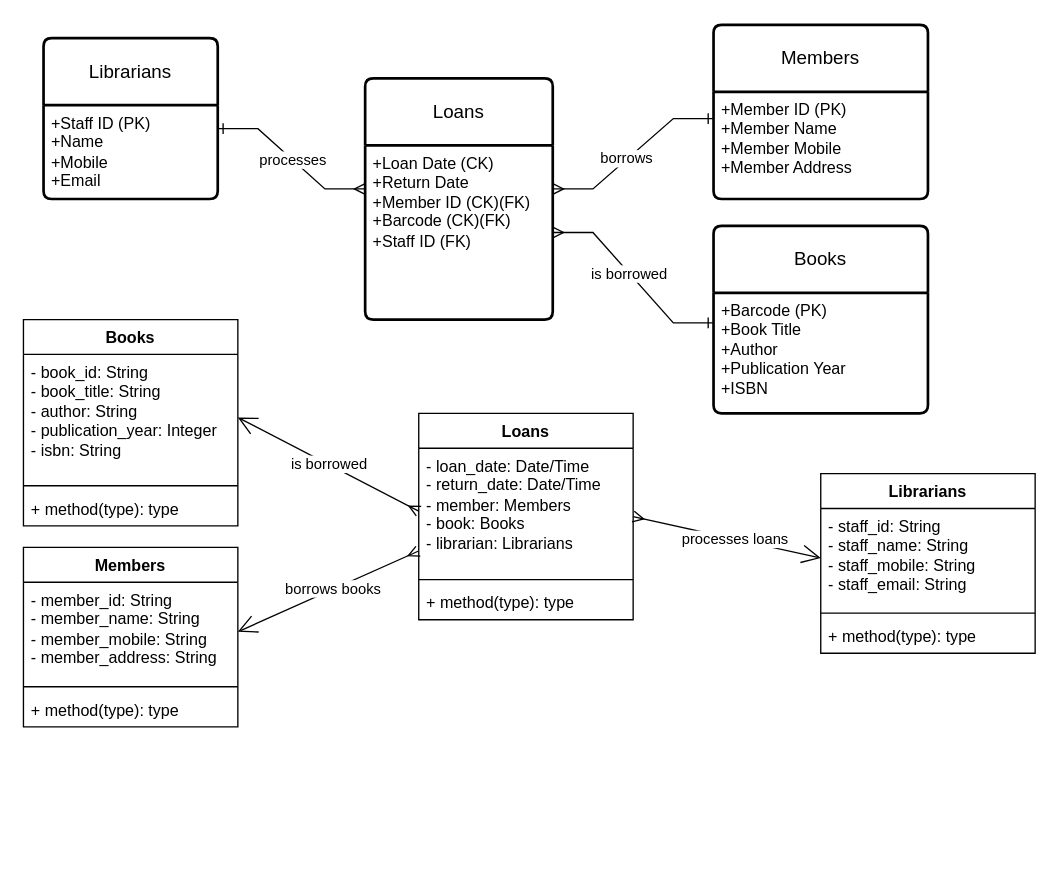
Above: Wednesday Library.drawio in jamesking020773/jamesking020773.github.io (draw.io), before the change. Source tidied: cells renumbered, new cells numbered last; positions are measured from the earlier drawing's top-left corner, leaving out a move shared by most shapes. Both pictures are drawn from the tidied source at 134%, with x=0, y=0 at pixel (23, 24).
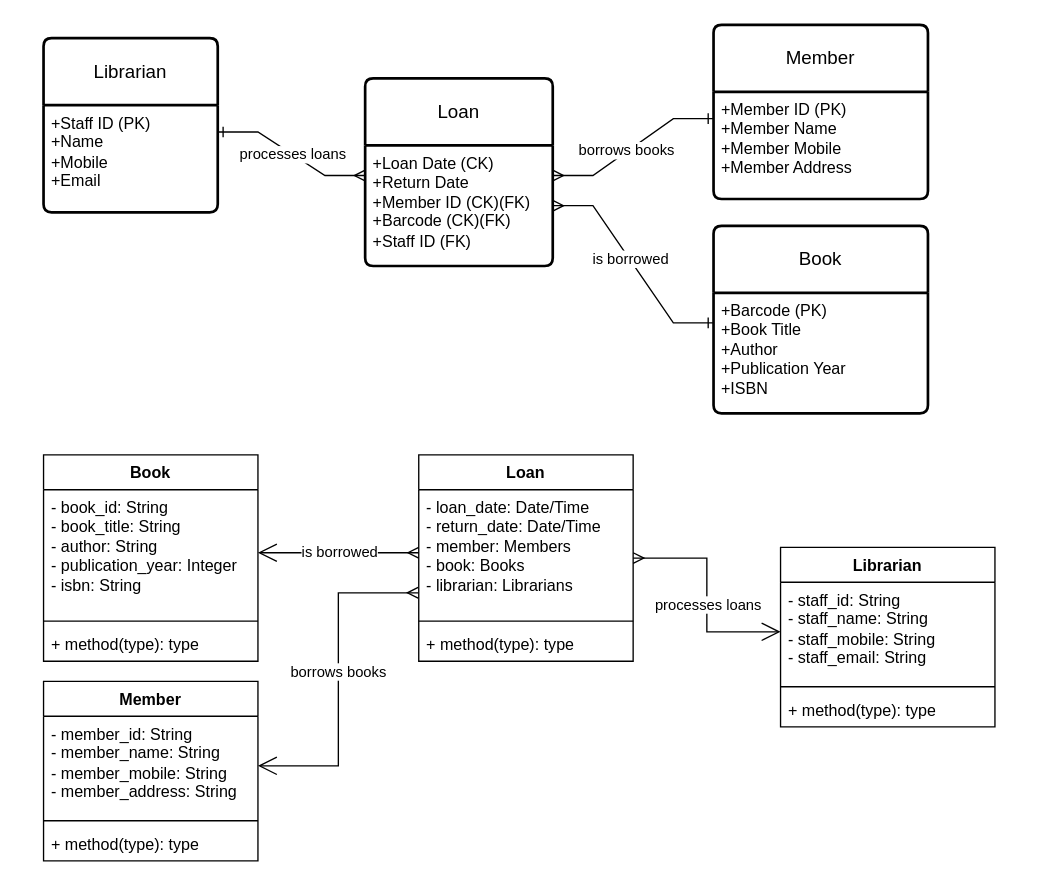
Above is the later version.

Unchanged cells that the change refers to:
```xml
<mxCell id="10" style="edgeStyle=entityRelationEdgeStyle;fontSize=12;html=1;endArrow=ERone;startArrow=ERmany;rounded=0;entryX=0;entryY=0.25;entryDx=0;entryDy=0;exitX=1;exitY=0.25;exitDx=0;exitDy=0;startFill=0;endFill=0;" parent="1" edge="1" source="7" target="5">
  <mxGeometry relative="1" as="geometry" />
</mxCell>
<mxCell id="14" style="edgeStyle=entityRelationEdgeStyle;fontSize=12;html=1;endArrow=ERmany;startArrow=ERone;rounded=0;exitX=1;exitY=0.25;exitDx=0;exitDy=0;entryX=0;entryY=0.25;entryDx=0;entryDy=0;startFill=0;endFill=0;" parent="1" edge="1" source="9" target="7">
  <mxGeometry relative="1" as="geometry" />
</mxCell>
<mxCell id="17" value="- member_id: String&lt;div&gt;- member_name: String&lt;/div&gt;&lt;div&gt;- member_mobile: String&lt;/div&gt;&lt;div&gt;- member_address: String&lt;/div&gt;" style="text;strokeColor=none;fillColor=none;align=left;verticalAlign=top;spacingLeft=4;spacingRight=4;overflow=hidden;points=[[0,0.5],[1,0.5]];portConstraint=eastwest;whiteSpace=wrap;html=1;" parent="16" vertex="1">
  <mxGeometry y="26" width="160" height="74" as="geometry" />
</mxCell>
<mxCell id="25" value="- loan_date: Date/Time&lt;div&gt;- return_date: Date/Time&lt;/div&gt;&lt;div&gt;- member: Members&lt;/div&gt;&lt;div&gt;- book: Books&lt;/div&gt;&lt;div&gt;- librarian: Librarians&lt;/div&gt;" style="text;strokeColor=none;fillColor=none;align=left;verticalAlign=top;spacingLeft=4;spacingRight=4;overflow=hidden;points=[[0,0.5],[1,0.5]];portConstraint=eastwest;whiteSpace=wrap;html=1;" parent="24" vertex="1">
  <mxGeometry y="26" width="160" height="94" as="geometry" />
</mxCell>
<mxCell id="29" value="- staff_id: String&lt;div&gt;- staff_name: String&lt;/div&gt;&lt;div&gt;- staff_mobile: String&lt;/div&gt;&lt;div&gt;- staff_email: String&lt;/div&gt;" style="text;strokeColor=none;fillColor=none;align=left;verticalAlign=top;spacingLeft=4;spacingRight=4;overflow=hidden;points=[[0,0.5],[1,0.5]];portConstraint=eastwest;whiteSpace=wrap;html=1;" parent="28" vertex="1">
  <mxGeometry y="26" width="160" height="74" as="geometry" />
</mxCell>
```

The edit, as a diff of the source:
```diff
@@
-    <mxCell id="2" value="Books" style="swimlane;horizontal=1;startSize=50;rounded=1;fontSize=14;fontStyle=0;strokeWidth=2;shadow=0;dashed=0;align=center;arcSize=4;whiteSpace=wrap;html=1;" parent="1" vertex="1">
+    <mxCell id="2" value="Book" style="swimlane;horizontal=1;startSize=50;rounded=1;fontSize=14;fontStyle=0;strokeWidth=2;shadow=0;dashed=0;align=center;arcSize=4;whiteSpace=wrap;html=1;" parent="1" vertex="1">
       <mxGeometry x="515" y="150" width="160" height="140" as="geometry" />
     </mxCell>
@@
-    <mxCell id="4" value="Members" style="swimlane;horizontal=1;startSize=50;rounded=1;fontSize=14;fontStyle=0;strokeWidth=2;shadow=0;dashed=0;align=center;arcSize=4;whiteSpace=wrap;html=1;" parent="1" vertex="1">
+    <mxCell id="4" value="Member" style="swimlane;horizontal=1;startSize=50;rounded=1;fontSize=14;fontStyle=0;strokeWidth=2;shadow=0;dashed=0;align=center;arcSize=4;whiteSpace=wrap;html=1;" parent="1" vertex="1">
       <mxGeometry x="515" width="160" height="130" as="geometry" />
     </mxCell>
@@
-    <mxCell id="6" value="Loans" style="swimlane;horizontal=1;startSize=50;rounded=1;fontSize=14;fontStyle=0;strokeWidth=2;shadow=0;dashed=0;align=center;arcSize=4;whiteSpace=wrap;html=1;" parent="1" vertex="1">
-      <mxGeometry x="255" y="40" width="140" height="180" as="geometry" />
+    <mxCell id="6" value="Loan" style="swimlane;horizontal=1;startSize=50;rounded=1;fontSize=14;fontStyle=0;strokeWidth=2;shadow=0;dashed=0;align=center;arcSize=4;whiteSpace=wrap;html=1;" parent="1" vertex="1">
+      <mxGeometry x="255" y="40" width="140" height="140" as="geometry" />
     </mxCell>
     <mxCell id="7" value="&lt;div&gt;+Loan Date (CK)&lt;br&gt;+Return Date&lt;br&gt;+Member ID (CK)(FK)&lt;div&gt;+Barcode (CK)(FK)&lt;br&gt;&lt;/div&gt;&lt;div&gt;+Staff ID (FK)&lt;br&gt;&lt;/div&gt;&lt;/div&gt;" style="align=left;strokeColor=none;fillColor=none;spacingLeft=4;fontSize=12;verticalAlign=top;html=1;" parent="6" vertex="1">
-      <mxGeometry y="50" width="140" height="130" as="geometry" />
+      <mxGeometry y="50" width="140" height="90" as="geometry" />
     </mxCell>
-    <mxCell id="8" value="Librarians" style="swimlane;horizontal=1;startSize=50;rounded=1;fontSize=14;fontStyle=0;strokeWidth=2;shadow=0;dashed=0;align=center;arcSize=4;whiteSpace=wrap;html=1;" parent="1" vertex="1">
-      <mxGeometry x="15" y="10" width="130" height="120" as="geometry" />
+    <mxCell id="8" value="Librarian" style="swimlane;horizontal=1;startSize=50;rounded=1;fontSize=14;fontStyle=0;strokeWidth=2;shadow=0;dashed=0;align=center;arcSize=4;whiteSpace=wrap;html=1;" parent="1" vertex="1">
+      <mxGeometry x="15" y="10" width="130" height="130" as="geometry" />
     </mxCell>
     <mxCell id="9" value="+Staff ID (PK)&lt;div&gt;+Name&lt;br&gt;+Mobile&lt;br&gt;+Email&lt;/div&gt;" style="align=left;strokeColor=none;fillColor=none;spacingLeft=4;fontSize=12;verticalAlign=top;html=1;" parent="8" vertex="1">
-      <mxGeometry y="50" width="130" height="70" as="geometry" />
+      <mxGeometry y="50" width="130" height="80" as="geometry" />
     </mxCell>
@@
-    <mxCell id="11" value="borrows" style="edgeLabel;html=1;align=center;verticalAlign=middle;" parent="10" vertex="1">
+    <mxCell id="11" value="borrows books" style="edgeLabel;html=1;align=center;verticalAlign=middle;" parent="10" vertex="1">
       <mxGeometry x="-0.09" y="1" relative="1" as="geometry" />
     </mxCell>
@@
-    <mxCell id="15" value="processes" style="edgeLabel;html=1;align=center;verticalAlign=middle;" parent="14" vertex="1">
+    <mxCell id="15" value="processes loans" style="edgeLabel;html=1;align=center;verticalAlign=middle;" parent="14" vertex="1">
       <mxGeometry x="0.01" relative="1" as="geometry" />
     </mxCell>
-    <mxCell id="16" value="Members" style="swimlane;fontStyle=1;align=center;verticalAlign=top;horizontal=1;startSize=26;whiteSpace=wrap;html=1;" parent="1" vertex="1">
-      <mxGeometry y="390" width="160" height="134" as="geometry" />
+    <mxCell id="16" value="Member" style="swimlane;fontStyle=1;align=center;verticalAlign=top;horizontal=1;startSize=26;whiteSpace=wrap;html=1;" parent="1" vertex="1">
+      <mxGeometry x="15" y="490" width="160" height="134" as="geometry" />
     </mxCell>
@@
-    <mxCell id="20" value="Books" style="swimlane;fontStyle=1;align=center;verticalAlign=top;horizontal=1;startSize=26;whiteSpace=wrap;html=1;" parent="1" vertex="1">
-      <mxGeometry y="220" width="160" height="154" as="geometry" />
+    <mxCell id="20" value="Book" style="swimlane;fontStyle=1;align=center;verticalAlign=top;horizontal=1;startSize=26;whiteSpace=wrap;html=1;" parent="1" vertex="1">
+      <mxGeometry x="15" y="321" width="160" height="154" as="geometry" />
     </mxCell>
@@
-    <mxCell id="24" value="Loans" style="swimlane;fontStyle=1;align=center;verticalAlign=top;horizontal=1;startSize=26;whiteSpace=wrap;html=1;" parent="1" vertex="1">
-      <mxGeometry x="295" y="290" width="160" height="154" as="geometry" />
+    <mxCell id="24" value="Loan" style="swimlane;fontStyle=1;align=center;verticalAlign=top;horizontal=1;startSize=26;whiteSpace=wrap;html=1;" parent="1" vertex="1">
+      <mxGeometry x="295" y="321" width="160" height="154" as="geometry" />
     </mxCell>
@@
-    <mxCell id="28" value="Librarians" style="swimlane;fontStyle=1;align=center;verticalAlign=top;horizontal=1;startSize=26;whiteSpace=wrap;html=1;" parent="1" vertex="1">
-      <mxGeometry x="595" y="335" width="160" height="134" as="geometry" />
+    <mxCell id="28" value="Librarian" style="swimlane;fontStyle=1;align=center;verticalAlign=top;horizontal=1;startSize=26;whiteSpace=wrap;html=1;" parent="1" vertex="1">
+      <mxGeometry x="565" y="390" width="160" height="134" as="geometry" />
     </mxCell>
@@
-    <mxCell id="32" style="endArrow=open;endFill=1;endSize=12;html=1;rounded=0;entryX=1;entryY=0.5;entryDx=0;entryDy=0;exitX=-0.003;exitY=0.818;exitDx=0;exitDy=0;exitPerimeter=0;startArrow=ERmany;startFill=0;" parent="1" edge="1" source="25" target="17">
+    <mxCell id="32" style="endArrow=open;endFill=1;endSize=12;html=1;rounded=0;entryX=1;entryY=0.5;entryDx=0;entryDy=0;exitX=-0.003;exitY=0.818;exitDx=0;exitDy=0;exitPerimeter=0;startArrow=ERmany;startFill=0;edgeStyle=orthogonalEdgeStyle;" parent="1" edge="1" source="25" target="17">
       <mxGeometry relative="1" as="geometry" />
     </mxCell>
@@
-    <mxCell id="34" style="endArrow=open;endFill=1;endSize=12;html=1;rounded=0;entryX=0;entryY=0.5;entryDx=0;entryDy=0;exitX=1;exitY=0.5;exitDx=0;exitDy=0;startArrow=ERmany;startFill=0;" parent="1" edge="1" source="24" target="29">
+    <mxCell id="34" style="endArrow=open;endFill=1;endSize=12;html=1;rounded=0;entryX=0;entryY=0.5;entryDx=0;entryDy=0;exitX=1;exitY=0.5;exitDx=0;exitDy=0;startArrow=ERmany;startFill=0;edgeStyle=orthogonalEdgeStyle;" parent="1" edge="1" source="24" target="29">
       <mxGeometry relative="1" as="geometry" />
     </mxCell>
```
